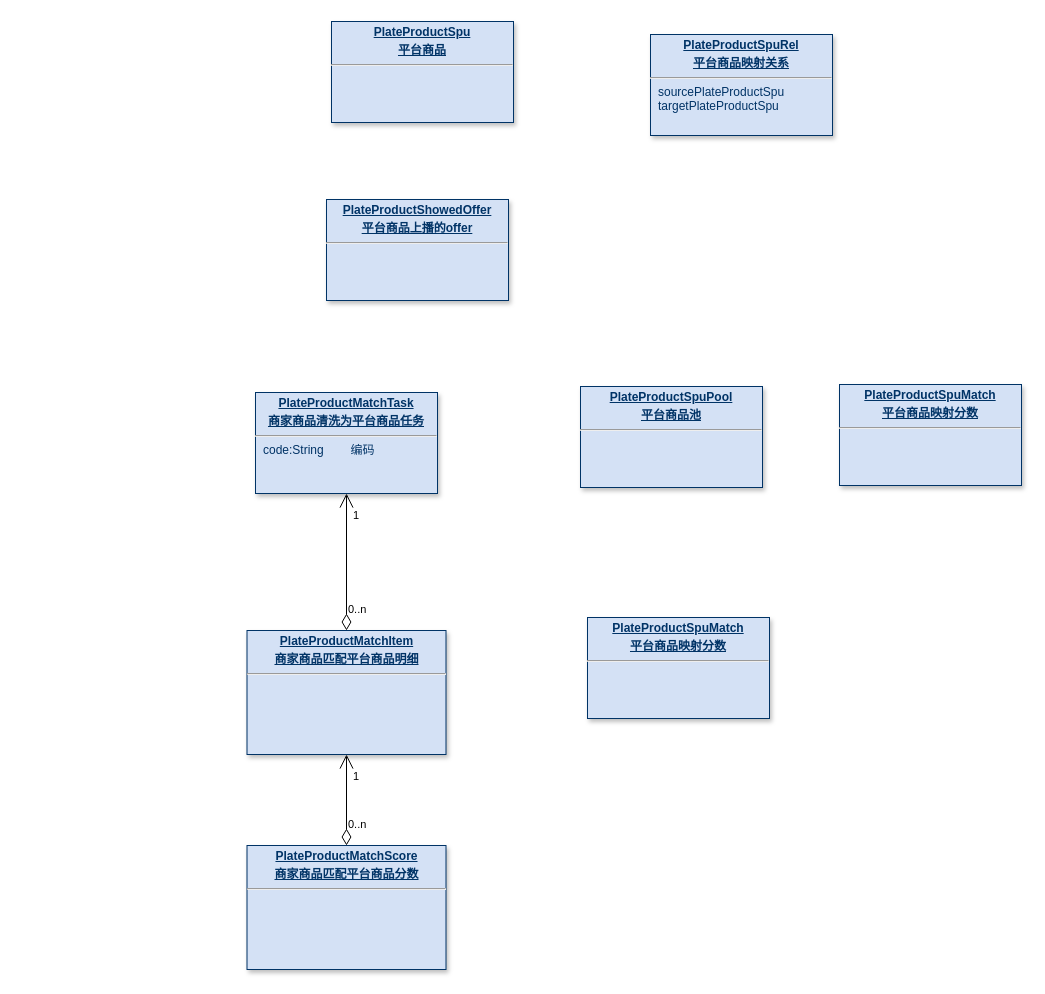
Above: page "选品助手" (9 of 18) of 美one.drawio in rockywade/draw (draw.io), before the change. Source tidied: cells renumbered, new cells numbered last; positions are measured from the earlier drawing's top-left corner, leaving out a move shared by most shapes. Both pictures are drawn from the tidied source at 100%, with x=0, y=0 at pixel (246, 21).
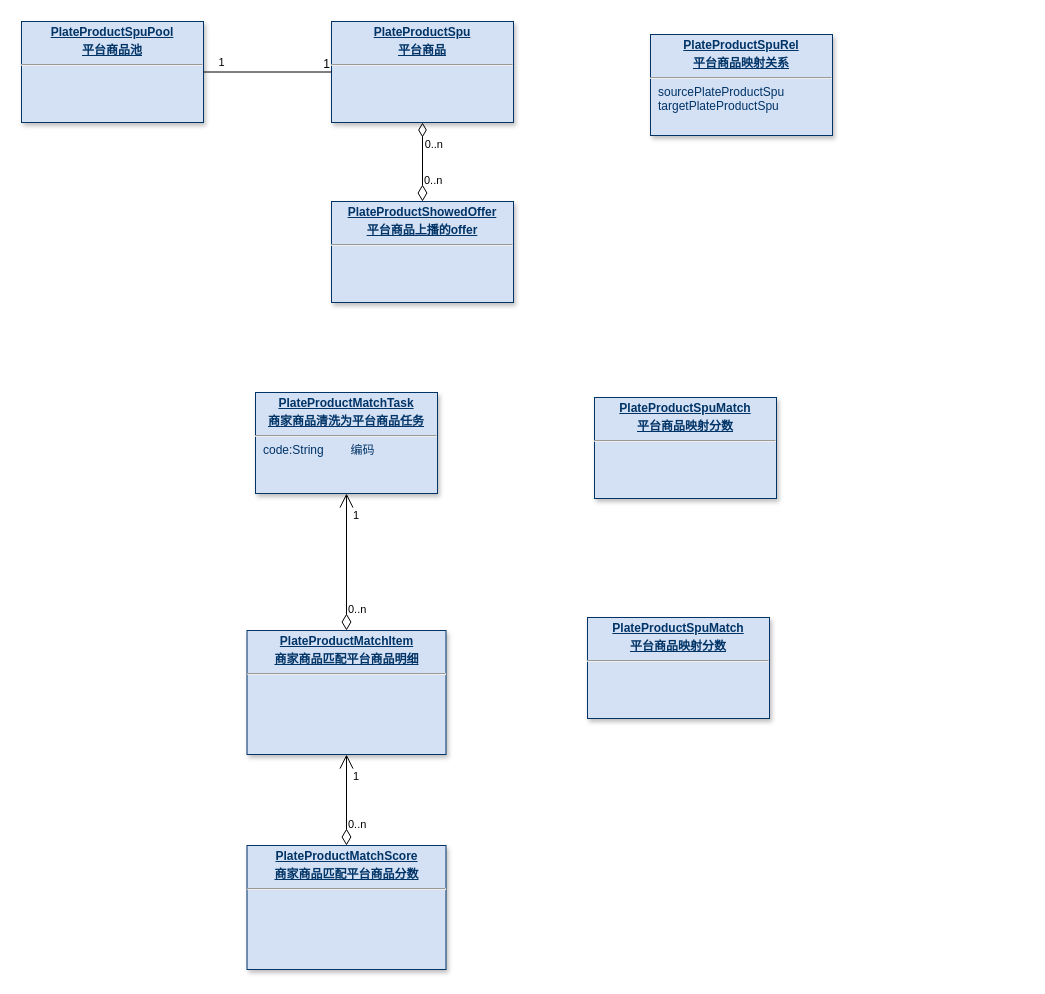
The same diagram, later.

The change refers to these unchanged cells:
```xml
<mxCell id="14" value="&lt;p style=&quot;margin: 4px 0px 0px; text-align: center;&quot;&gt;&lt;b&gt;&lt;u&gt;PlateProductSpu&lt;/u&gt;&lt;/b&gt;&lt;/p&gt;&lt;p style=&quot;margin: 4px 0px 0px; text-align: center;&quot;&gt;&lt;b&gt;&lt;u&gt;平台商品&lt;/u&gt;&lt;/b&gt;&lt;/p&gt;&lt;hr&gt;&lt;p style=&quot;margin: 0px; margin-left: 8px;&quot;&gt;&lt;br&gt;&lt;/p&gt;&lt;p style=&quot;margin: 0px; margin-left: 8px;&quot;&gt;&lt;br&gt;&lt;/p&gt;&lt;p style=&quot;margin: 0px; margin-left: 8px;&quot;&gt;&lt;br&gt;&lt;/p&gt;" style="verticalAlign=top;align=left;overflow=fill;fontSize=12;fontFamily=Helvetica;html=1;strokeColor=#003366;shadow=1;fillColor=#D4E1F5;fontColor=#003366;" parent="1" vertex="1">
  <mxGeometry x="85" width="182" height="101" as="geometry" />
</mxCell>
```

Change to the diagram source:
```diff
@@
     <mxCell id="11" value="&lt;p style=&quot;margin: 4px 0px 0px; text-align: center;&quot;&gt;&lt;b&gt;&lt;u&gt;PlateProductSpuPool&lt;/u&gt;&lt;/b&gt;&lt;/p&gt;&lt;p style=&quot;margin: 4px 0px 0px; text-align: center;&quot;&gt;&lt;b&gt;&lt;u&gt;平台商品池&lt;/u&gt;&lt;/b&gt;&lt;/p&gt;&lt;hr&gt;&lt;p style=&quot;margin: 0px; margin-left: 8px;&quot;&gt;&lt;br&gt;&lt;/p&gt;&lt;p style=&quot;margin: 0px; margin-left: 8px;&quot;&gt;&lt;br&gt;&lt;/p&gt;&lt;p style=&quot;margin: 0px; margin-left: 8px;&quot;&gt;&lt;br&gt;&lt;/p&gt;" style="verticalAlign=top;align=left;overflow=fill;fontSize=12;fontFamily=Helvetica;html=1;strokeColor=#003366;shadow=1;fillColor=#D4E1F5;fontColor=#003366;" parent="1" vertex="1">
-      <mxGeometry x="334" y="365" width="182" height="101" as="geometry" />
+      <mxGeometry x="-225" width="182" height="101" as="geometry" />
     </mxCell>
@@
     <mxCell id="13" value="&lt;p style=&quot;margin: 4px 0px 0px; text-align: center;&quot;&gt;&lt;b&gt;&lt;u&gt;PlateProductSpuMatch&lt;/u&gt;&lt;/b&gt;&lt;/p&gt;&lt;p style=&quot;margin: 4px 0px 0px; text-align: center;&quot;&gt;&lt;b&gt;&lt;u&gt;平台商品映射分数&lt;/u&gt;&lt;/b&gt;&lt;/p&gt;&lt;hr&gt;&lt;p style=&quot;margin: 0px; margin-left: 8px;&quot;&gt;&lt;br&gt;&lt;/p&gt;&lt;p style=&quot;margin: 0px; margin-left: 8px;&quot;&gt;&lt;br&gt;&lt;/p&gt;&lt;p style=&quot;margin: 0px; margin-left: 8px;&quot;&gt;&lt;br&gt;&lt;/p&gt;" style="verticalAlign=top;align=left;overflow=fill;fontSize=12;fontFamily=Helvetica;html=1;strokeColor=#003366;shadow=1;fillColor=#D4E1F5;fontColor=#003366;" parent="1" vertex="1">
-      <mxGeometry x="593" y="363" width="182" height="101" as="geometry" />
+      <mxGeometry x="348" y="376" width="182" height="101" as="geometry" />
     </mxCell>
@@
     <mxCell id="16" value="&lt;p style=&quot;margin: 4px 0px 0px; text-align: center;&quot;&gt;&lt;b&gt;&lt;u&gt;PlateProductShowedOffer&lt;/u&gt;&lt;/b&gt;&lt;/p&gt;&lt;p style=&quot;margin: 4px 0px 0px; text-align: center;&quot;&gt;&lt;b&gt;&lt;u&gt;平台商品上播的offer&lt;/u&gt;&lt;/b&gt;&lt;/p&gt;&lt;hr&gt;&lt;p style=&quot;margin: 0px; margin-left: 8px;&quot;&gt;&lt;br&gt;&lt;/p&gt;&lt;p style=&quot;margin: 0px; margin-left: 8px;&quot;&gt;&lt;br&gt;&lt;/p&gt;&lt;p style=&quot;margin: 0px; margin-left: 8px;&quot;&gt;&lt;br&gt;&lt;/p&gt;" style="verticalAlign=top;align=left;overflow=fill;fontSize=12;fontFamily=Helvetica;html=1;strokeColor=#003366;shadow=1;fillColor=#D4E1F5;fontColor=#003366;" parent="1" vertex="1">
-      <mxGeometry x="80" y="178" width="182" height="101" as="geometry" />
+      <mxGeometry x="85" y="180" width="182" height="101" as="geometry" />
     </mxCell>
+    <mxCell id="17" style="endArrow=diamondThin;html=1;endSize=12;startArrow=diamondThin;startSize=14;startFill=0;edgeStyle=orthogonalEdgeStyle;rounded=0;exitX=0.5;exitY=0;exitDx=0;exitDy=0;entryX=0.5;entryY=1;entryDx=0;entryDy=0;endFill=0;" parent="1" edge="1" source="16" target="14">
+      <mxGeometry relative="1" as="geometry" />
+    </mxCell>
+    <mxCell id="18" value="0..n" style="edgeLabel;html=1;align=left;verticalAlign=top;" parent="17" vertex="1">
+      <mxGeometry x="-1" relative="1" as="geometry">
+        <mxPoint y="-34" as="offset" />
+      </mxGeometry>
+    </mxCell>
+    <mxCell id="19" value="0..n" style="edgeLabel;html=1;align=right;verticalAlign=top;" parent="17" vertex="1">
+      <mxGeometry x="1" relative="1" as="geometry">
+        <mxPoint x="21" y="9" as="offset" />
+      </mxGeometry>
+    </mxCell>
+    <mxCell id="20" style="endArrow=none;html=1;rounded=0;entryX=0;entryY=0.5;entryDx=0;entryDy=0;exitX=1;exitY=0.5;exitDx=0;exitDy=0;" parent="1" edge="1" source="11" target="14">
+      <mxGeometry relative="1" as="geometry" />
+    </mxCell>
+    <mxCell id="21" value="1" style="html=1;whiteSpace=wrap;align=right;verticalAlign=bottom;" parent="20" vertex="1">
+      <mxGeometry x="1" relative="1" as="geometry" />
+    </mxCell>
+    <mxCell id="22" value="1" style="edgeLabel;html=1;align=center;verticalAlign=middle;" parent="20" vertex="1">
+      <mxGeometry x="-0.61" y="-1" relative="1" as="geometry">
+        <mxPoint x="-8" y="-11" as="offset" />
+      </mxGeometry>
+    </mxCell>
```
